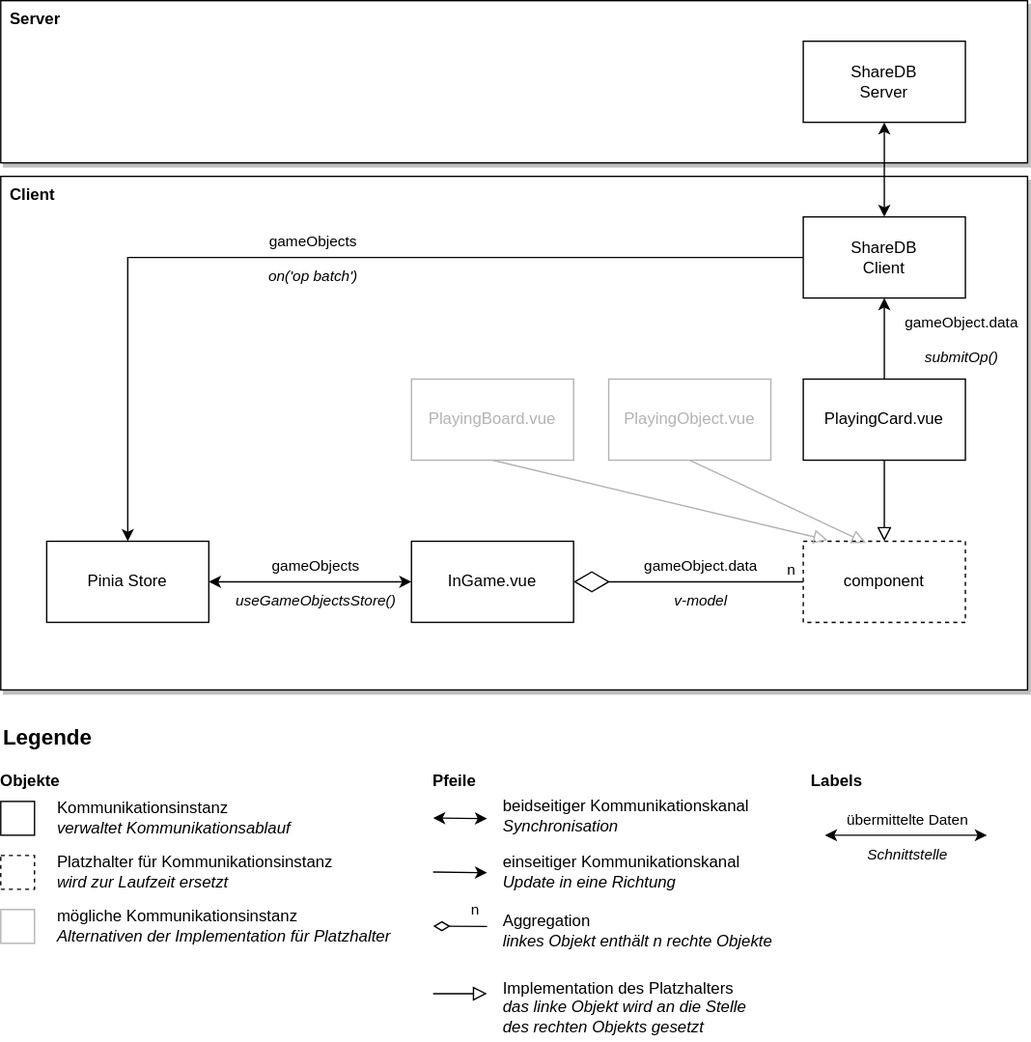
Before: docs/assets/diagrams/kommunikationsdiagramm.drawio.svg, a diagram exported from draw.io (DrJume/tabletop-online). Source tidied: cells renumbered, new cells last; positions are measured from the earlier drawing's top-left corner, leaving out a move shared by most shapes. Its diagram source:
```xml
<mxGraphModel>
  <root>
    <mxCell id="0" />
    <mxCell id="1" parent="0" />
    <mxCell id="2" value="&lt;b&gt;Client&lt;/b&gt;" style="rounded=0;whiteSpace=wrap;html=1;align=left;verticalAlign=top;shadow=1;spacingLeft=5;" parent="1" vertex="1">
      <mxGeometry y="130" width="760" height="380" as="geometry" />
    </mxCell>
    <mxCell id="3" style="edgeStyle=orthogonalEdgeStyle;rounded=0;jettySize=auto;html=1;startArrow=classic;startFill=1;endArrow=classic;endFill=1;" parent="1" edge="1" source="6">
      <mxGeometry relative="1" as="geometry">
        <mxPoint x="304" y="430" as="targetPoint" />
      </mxGeometry>
    </mxCell>
    <mxCell id="4" value="gameObjects&lt;br&gt;&lt;br&gt;&lt;i&gt;useGameObjectsStore()&lt;/i&gt;" style="edgeLabel;html=1;align=center;verticalAlign=middle;labelBackgroundColor=none;" parent="3" vertex="1">
      <mxGeometry x="0.24" y="1" relative="1" as="geometry">
        <mxPoint x="-15" y="1" as="offset" />
      </mxGeometry>
    </mxCell>
    <mxCell id="5" value="übermittelte Daten&lt;br&gt;&lt;br&gt;&lt;i&gt;Schnittstelle&lt;/i&gt;" style="edgeLabel;html=1;align=center;verticalAlign=middle;labelBackgroundColor=none;" parent="3" vertex="1">
      <mxGeometry x="0.24" y="1" relative="1" as="geometry">
        <mxPoint x="423" y="189" as="offset" />
      </mxGeometry>
    </mxCell>
    <mxCell id="6" value="Pinia Store" style="rounded=0;whiteSpace=wrap;html=1;" parent="1" vertex="1">
      <mxGeometry x="34" y="400" width="120" height="60" as="geometry" />
    </mxCell>
    <mxCell id="7" value="PlayingCard.vue" style="rounded=0;whiteSpace=wrap;html=1;" parent="1" vertex="1">
      <mxGeometry x="594" y="280" width="120" height="60" as="geometry" />
    </mxCell>
    <mxCell id="8" value="&lt;b&gt;Server&lt;/b&gt;" style="rounded=0;whiteSpace=wrap;html=1;align=left;verticalAlign=top;shadow=1;spacingLeft=5;" parent="1" vertex="1">
      <mxGeometry width="760" height="120" as="geometry" />
    </mxCell>
    <mxCell id="9" value="ShareDB&lt;br&gt;Server" style="rounded=0;whiteSpace=wrap;html=1;" parent="1" vertex="1">
      <mxGeometry x="594" y="30" width="120" height="60" as="geometry" />
    </mxCell>
    <mxCell id="10" style="edgeStyle=orthogonalEdgeStyle;rounded=0;jettySize=auto;html=1;fontColor=#000000;startArrow=classic;startFill=1;endArrow=classic;endFill=1;" parent="1" edge="1" source="13" target="9">
      <mxGeometry relative="1" as="geometry" />
    </mxCell>
    <mxCell id="11" style="edgeStyle=orthogonalEdgeStyle;rounded=0;jettySize=auto;html=1;fontColor=#000000;startArrow=none;startFill=0;endArrow=classic;endFill=1;" parent="1" edge="1" source="13" target="6">
      <mxGeometry relative="1" as="geometry" />
    </mxCell>
    <mxCell id="12" value="gameObjects&lt;br&gt;&lt;br&gt;&lt;i&gt;on('op batch')&lt;/i&gt;" style="edgeLabel;html=1;align=center;verticalAlign=middle;labelBackgroundColor=none;" parent="11" vertex="1">
      <mxGeometry x="0.02" relative="1" as="geometry">
        <mxPoint x="-1" as="offset" />
      </mxGeometry>
    </mxCell>
    <mxCell id="13" value="ShareDB&lt;br&gt;Client" style="rounded=0;whiteSpace=wrap;html=1;" parent="1" vertex="1">
      <mxGeometry x="594" y="160" width="120" height="60" as="geometry" />
    </mxCell>
    <mxCell id="14" value="component&lt;br&gt;" style="rounded=0;whiteSpace=wrap;html=1;dashed=1;" parent="1" vertex="1">
      <mxGeometry x="594" y="400" width="120" height="60" as="geometry" />
    </mxCell>
    <mxCell id="15" style="endArrow=diamondThin;endFill=0;endSize=24;html=1;rounded=0;" parent="1" edge="1" source="14">
      <mxGeometry relative="1" as="geometry">
        <mxPoint x="424" y="430" as="targetPoint" />
      </mxGeometry>
    </mxCell>
    <mxCell id="16" value="&lt;span style=&quot;&quot;&gt;gameObject.data&lt;/span&gt;&lt;br style=&quot;&quot;&gt;&lt;i style=&quot;&quot;&gt;&lt;br&gt;v-model&lt;/i&gt;" style="edgeLabel;html=1;align=center;verticalAlign=middle;labelBackgroundColor=none;" parent="15" vertex="1">
      <mxGeometry x="0.16" y="2" relative="1" as="geometry">
        <mxPoint x="21" y="-2" as="offset" />
      </mxGeometry>
    </mxCell>
    <mxCell id="17" value="n" style="edgeLabel;html=1;align=center;verticalAlign=middle;" parent="15" vertex="1">
      <mxGeometry x="-0.79" relative="1" as="geometry">
        <mxPoint x="8" y="-10" as="offset" />
      </mxGeometry>
    </mxCell>
    <mxCell id="18" value="PlayingObject.vue" style="rounded=0;whiteSpace=wrap;html=1;strokeColor=#B3B3B3;fontColor=#B3B3B3;" parent="1" vertex="1">
      <mxGeometry x="450" y="280" width="120" height="60" as="geometry" />
    </mxCell>
    <mxCell id="19" value="PlayingBoard.vue" style="rounded=0;whiteSpace=wrap;html=1;strokeColor=#B3B3B3;fontColor=#B3B3B3;" parent="1" vertex="1">
      <mxGeometry x="304" y="280" width="120" height="60" as="geometry" />
    </mxCell>
    <mxCell id="20" style="endArrow=block;startArrow=none;endFill=0;startFill=0;endSize=8;html=1;verticalAlign=bottom;labelBackgroundColor=none;rounded=0;" parent="1" edge="1" source="7" target="14">
      <mxGeometry relative="1" as="geometry" />
    </mxCell>
    <mxCell id="21" style="endArrow=block;startArrow=none;endFill=0;startFill=0;endSize=8;html=1;verticalAlign=bottom;labelBackgroundColor=none;rounded=0;exitX=0.5;exitY=1;exitDx=0;exitDy=0;entryX=0.386;entryY=0.02;entryDx=0;entryDy=0;entryPerimeter=0;strokeColor=#B3B3B3;" parent="1" edge="1" source="18" target="14">
      <mxGeometry relative="1" as="geometry" />
    </mxCell>
    <mxCell id="22" style="endArrow=block;startArrow=none;endFill=0;startFill=0;endSize=8;html=1;verticalAlign=bottom;labelBackgroundColor=none;rounded=0;exitX=0.5;exitY=1;exitDx=0;exitDy=0;entryX=0.151;entryY=-0.015;entryDx=0;entryDy=0;entryPerimeter=0;strokeColor=#B3B3B3;" parent="1" edge="1" source="19" target="14">
      <mxGeometry relative="1" as="geometry" />
    </mxCell>
    <mxCell id="23" style="endArrow=classic;html=1;rounded=0;fontColor=#000000;endFill=1;" parent="1" edge="1" source="7" target="13">
      <mxGeometry relative="1" as="geometry" />
    </mxCell>
    <mxCell id="24" value="gameObject.data&lt;br&gt;&lt;br&gt;&lt;i&gt;submitOp()&lt;/i&gt;" style="edgeLabel;html=1;align=center;verticalAlign=middle;labelBackgroundColor=none;" parent="23" vertex="1">
      <mxGeometry x="0.48" y="3" relative="1" as="geometry">
        <mxPoint x="59" y="14" as="offset" />
      </mxGeometry>
    </mxCell>
    <mxCell id="25" value="InGame.vue" style="rounded=0;whiteSpace=wrap;html=1;" parent="1" vertex="1">
      <mxGeometry x="304" y="400" width="120" height="60" as="geometry" />
    </mxCell>
    <mxCell id="26" value="Legende" style="text;html=1;align=left;verticalAlign=middle;fontStyle=1;fontSize=16;" parent="1" vertex="1">
      <mxGeometry y="535" width="80" height="20" as="geometry" />
    </mxCell>
    <mxCell id="27" style="rounded=0;whiteSpace=wrap;html=1;" parent="1" vertex="1">
      <mxGeometry y="592.5" width="25" height="25" as="geometry" />
    </mxCell>
    <mxCell id="28" value="Kommunikationsinstanz&lt;br&gt;&lt;i&gt;verwaltet Kommunikationsablauf&lt;/i&gt;&amp;nbsp;" style="text;html=1;align=left;verticalAlign=middle;" parent="1" vertex="1">
      <mxGeometry x="40" y="590" width="190" height="30" as="geometry" />
    </mxCell>
    <mxCell id="29" style="rounded=0;whiteSpace=wrap;html=1;dashed=1;" parent="1" vertex="1">
      <mxGeometry y="632.5" width="25" height="25" as="geometry" />
    </mxCell>
    <mxCell id="30" value="Platzhalter für Kommunikationsinstanz&lt;br&gt;&lt;i&gt;wird zur Laufzeit ersetzt&lt;/i&gt;" style="text;html=1;align=left;verticalAlign=middle;" parent="1" vertex="1">
      <mxGeometry x="40" y="630" width="220" height="30" as="geometry" />
    </mxCell>
    <mxCell id="31" style="rounded=0;whiteSpace=wrap;html=1;strokeColor=#B3B3B3;" parent="1" vertex="1">
      <mxGeometry y="672.5" width="25" height="25" as="geometry" />
    </mxCell>
    <mxCell id="32" value="mögliche Kommunikationsinstanz&lt;br&gt;&lt;i&gt;Alternativen der Implementation für Platzhalter&lt;/i&gt;" style="text;html=1;align=left;verticalAlign=middle;" parent="1" vertex="1">
      <mxGeometry x="40" y="670" width="260" height="30" as="geometry" />
    </mxCell>
    <mxCell id="33" value="Objekte" style="text;html=1;align=left;verticalAlign=middle;fontStyle=1;spacing=0;" parent="1" vertex="1">
      <mxGeometry y="567.5" width="60" height="20" as="geometry" />
    </mxCell>
    <mxCell id="34" value="Labels" style="text;html=1;align=left;verticalAlign=middle;fontStyle=1;spacing=0;" parent="1" vertex="1">
      <mxGeometry x="600" y="567.5" width="50" height="20" as="geometry" />
    </mxCell>
    <mxCell id="35" style="endArrow=classic;startArrow=classic;html=1;rounded=0;fontColor=default;" parent="1" edge="1">
      <mxGeometry relative="1" as="geometry">
        <mxPoint x="610" y="617.5" as="sourcePoint" />
        <mxPoint x="730" y="617.5" as="targetPoint" />
      </mxGeometry>
    </mxCell>
    <mxCell id="36" value="Pfeile" style="text;html=1;align=left;verticalAlign=middle;fontStyle=1;spacing=0;" parent="1" vertex="1">
      <mxGeometry x="320" y="567.5" width="50" height="20" as="geometry" />
    </mxCell>
    <mxCell id="37" style="endArrow=classic;startArrow=classic;html=1;rounded=0;fontColor=default;" parent="1" edge="1">
      <mxGeometry relative="1" as="geometry">
        <mxPoint x="320" y="604.8" as="sourcePoint" />
        <mxPoint x="360" y="605.2" as="targetPoint" />
      </mxGeometry>
    </mxCell>
    <mxCell id="38" value="beidseitiger Kommunikationskanal&lt;br&gt;&lt;i&gt;Synchronisation&lt;/i&gt;" style="text;html=1;align=left;verticalAlign=middle;" parent="1" vertex="1">
      <mxGeometry x="370" y="587.5" width="200" height="30" as="geometry" />
    </mxCell>
    <mxCell id="39" style="endArrow=classic;startArrow=none;html=1;rounded=0;fontColor=default;startFill=0;" parent="1" edge="1">
      <mxGeometry relative="1" as="geometry">
        <mxPoint x="320" y="644.8" as="sourcePoint" />
        <mxPoint x="360" y="645.2" as="targetPoint" />
      </mxGeometry>
    </mxCell>
    <mxCell id="40" value="einseitiger Kommunikationskanal&lt;br&gt;&lt;i&gt;Update in eine Richtung&lt;/i&gt;" style="text;html=1;align=left;verticalAlign=middle;" parent="1" vertex="1">
      <mxGeometry x="370" y="630" width="190" height="30" as="geometry" />
    </mxCell>
    <mxCell id="41" style="endArrow=diamondThin;endFill=0;endSize=10;html=1;rounded=0;jumpSize=5;startSize=2;" parent="1" edge="1">
      <mxGeometry relative="1" as="geometry">
        <mxPoint x="360" y="685" as="sourcePoint" />
        <mxPoint x="320" y="684.8" as="targetPoint" />
      </mxGeometry>
    </mxCell>
    <mxCell id="42" value="n" style="edgeLabel;html=1;align=center;verticalAlign=middle;" parent="41" vertex="1">
      <mxGeometry x="-0.79" relative="1" as="geometry">
        <mxPoint x="-6" y="-12" as="offset" />
      </mxGeometry>
    </mxCell>
    <mxCell id="43" value="Aggregation&lt;br&gt;&lt;i&gt;linkes Objekt enthält n rechte Objekte&lt;/i&gt;" style="text;html=1;align=left;verticalAlign=middle;" parent="1" vertex="1">
      <mxGeometry x="370" y="672.5" width="210" height="30" as="geometry" />
    </mxCell>
    <mxCell id="44" style="endArrow=block;startArrow=none;endFill=0;startFill=0;endSize=8;html=1;verticalAlign=bottom;labelBackgroundColor=none;rounded=0;" parent="1" edge="1">
      <mxGeometry relative="1" as="geometry">
        <mxPoint x="320" y="734.8" as="sourcePoint" />
        <mxPoint x="360" y="734.8" as="targetPoint" />
      </mxGeometry>
    </mxCell>
    <mxCell id="45" value="Implementation des Platzhalters&lt;br&gt;&lt;i&gt;das linke Objekt wird an die Stelle&lt;br&gt;des rechten Objekts gesetzt&lt;/i&gt;" style="text;html=1;align=left;verticalAlign=middle;" parent="1" vertex="1">
      <mxGeometry x="370" y="720" width="200" height="50" as="geometry" />
    </mxCell>
  </root>
</mxGraphModel>
```
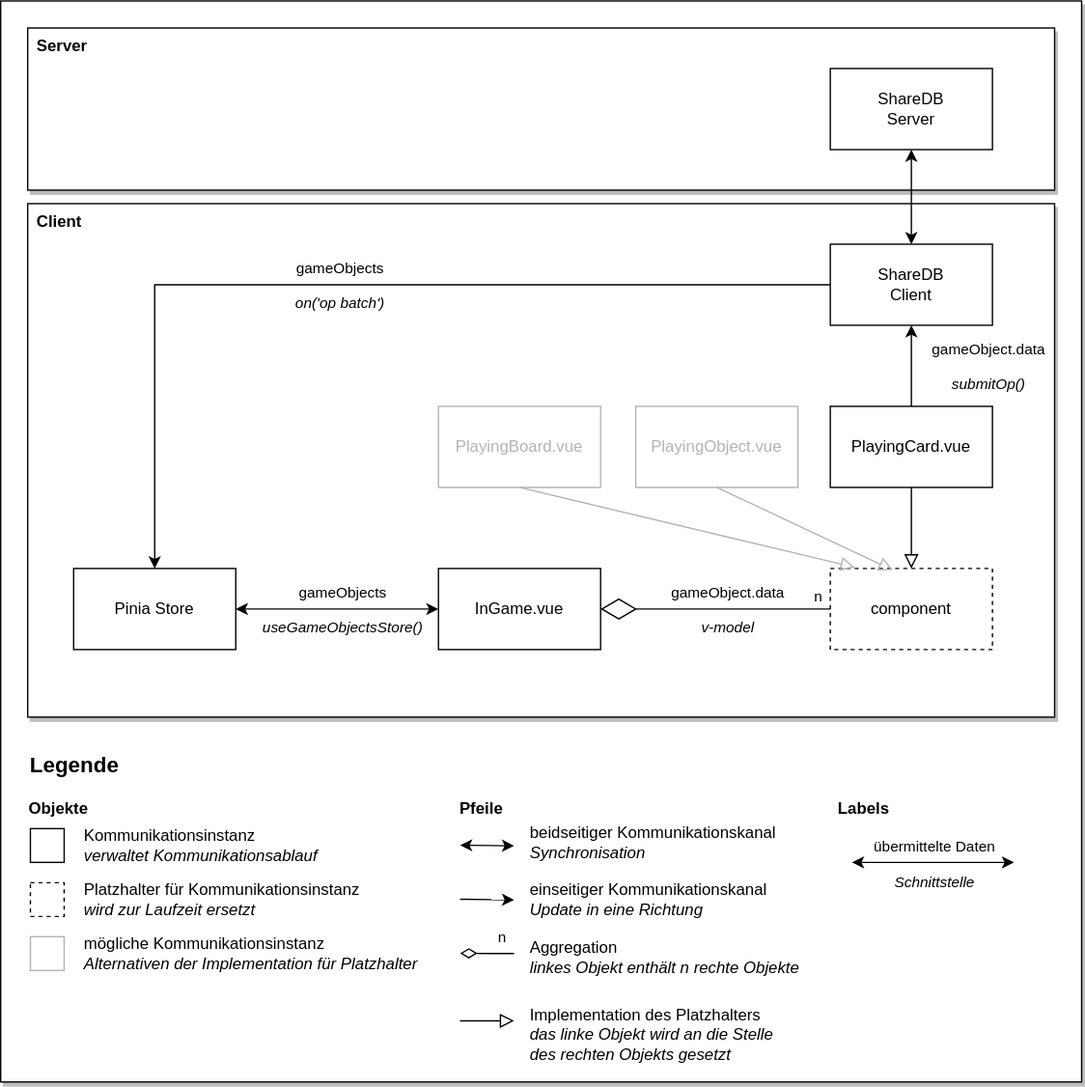
Later version of the same file.

Commit message:
docs: fix diagram background

The edit, as a diff of the source:
```diff
@@ -2,6 +2,9 @@
   <root>
     <mxCell id="0" />
     <mxCell id="1" parent="0" />
+    <mxCell id="46" style="rounded=0;whiteSpace=wrap;html=1;align=left;verticalAlign=top;shadow=1;spacingLeft=5;" parent="1" vertex="1">
+      <mxGeometry x="-20" y="-20" width="800" height="800" as="geometry" />
+    </mxCell>
     <mxCell id="2" value="&lt;b&gt;Client&lt;/b&gt;" style="rounded=0;whiteSpace=wrap;html=1;align=left;verticalAlign=top;shadow=1;spacingLeft=5;" parent="1" vertex="1">
       <mxGeometry y="130" width="760" height="380" as="geometry" />
     </mxCell>
@@ -94,25 +97,25 @@
       <mxGeometry y="535" width="80" height="20" as="geometry" />
     </mxCell>
     <mxCell id="27" style="rounded=0;whiteSpace=wrap;html=1;" parent="1" vertex="1">
-      <mxGeometry y="592.5" width="25" height="25" as="geometry" />
+      <mxGeometry x="2" y="592.5" width="25" height="25" as="geometry" />
     </mxCell>
     <mxCell id="28" value="Kommunikationsinstanz&lt;br&gt;&lt;i&gt;verwaltet Kommunikationsablauf&lt;/i&gt;&amp;nbsp;" style="text;html=1;align=left;verticalAlign=middle;" parent="1" vertex="1">
       <mxGeometry x="40" y="590" width="190" height="30" as="geometry" />
     </mxCell>
     <mxCell id="29" style="rounded=0;whiteSpace=wrap;html=1;dashed=1;" parent="1" vertex="1">
-      <mxGeometry y="632.5" width="25" height="25" as="geometry" />
+      <mxGeometry x="2" y="632.5" width="25" height="25" as="geometry" />
     </mxCell>
     <mxCell id="30" value="Platzhalter für Kommunikationsinstanz&lt;br&gt;&lt;i&gt;wird zur Laufzeit ersetzt&lt;/i&gt;" style="text;html=1;align=left;verticalAlign=middle;" parent="1" vertex="1">
       <mxGeometry x="40" y="630" width="220" height="30" as="geometry" />
     </mxCell>
     <mxCell id="31" style="rounded=0;whiteSpace=wrap;html=1;strokeColor=#B3B3B3;" parent="1" vertex="1">
-      <mxGeometry y="672.5" width="25" height="25" as="geometry" />
+      <mxGeometry x="2" y="672.5" width="25" height="25" as="geometry" />
     </mxCell>
     <mxCell id="32" value="mögliche Kommunikationsinstanz&lt;br&gt;&lt;i&gt;Alternativen der Implementation für Platzhalter&lt;/i&gt;" style="text;html=1;align=left;verticalAlign=middle;" parent="1" vertex="1">
       <mxGeometry x="40" y="670" width="260" height="30" as="geometry" />
     </mxCell>
     <mxCell id="33" value="Objekte" style="text;html=1;align=left;verticalAlign=middle;fontStyle=1;spacing=0;" parent="1" vertex="1">
-      <mxGeometry y="567.5" width="60" height="20" as="geometry" />
+      <mxGeometry x="1" y="567.5" width="60" height="20" as="geometry" />
     </mxCell>
     <mxCell id="34" value="Labels" style="text;html=1;align=left;verticalAlign=middle;fontStyle=1;spacing=0;" parent="1" vertex="1">
       <mxGeometry x="600" y="567.5" width="50" height="20" as="geometry" />
```
